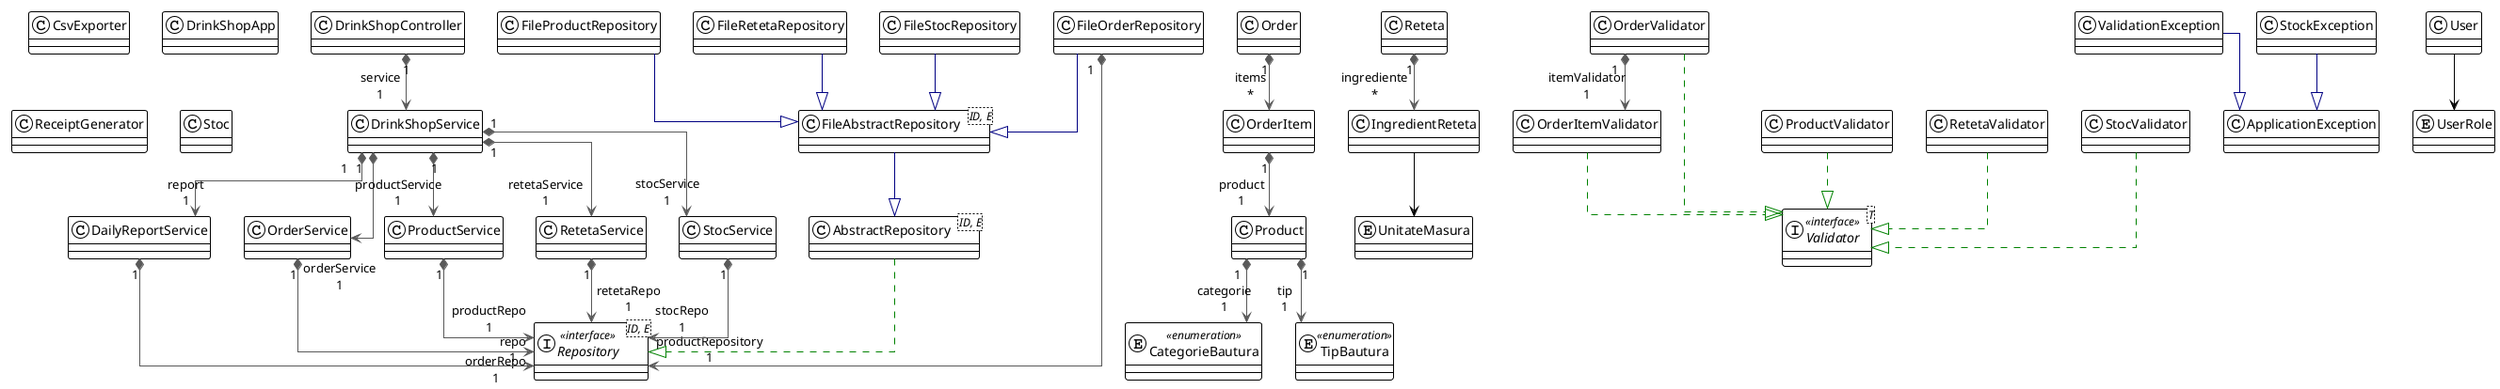
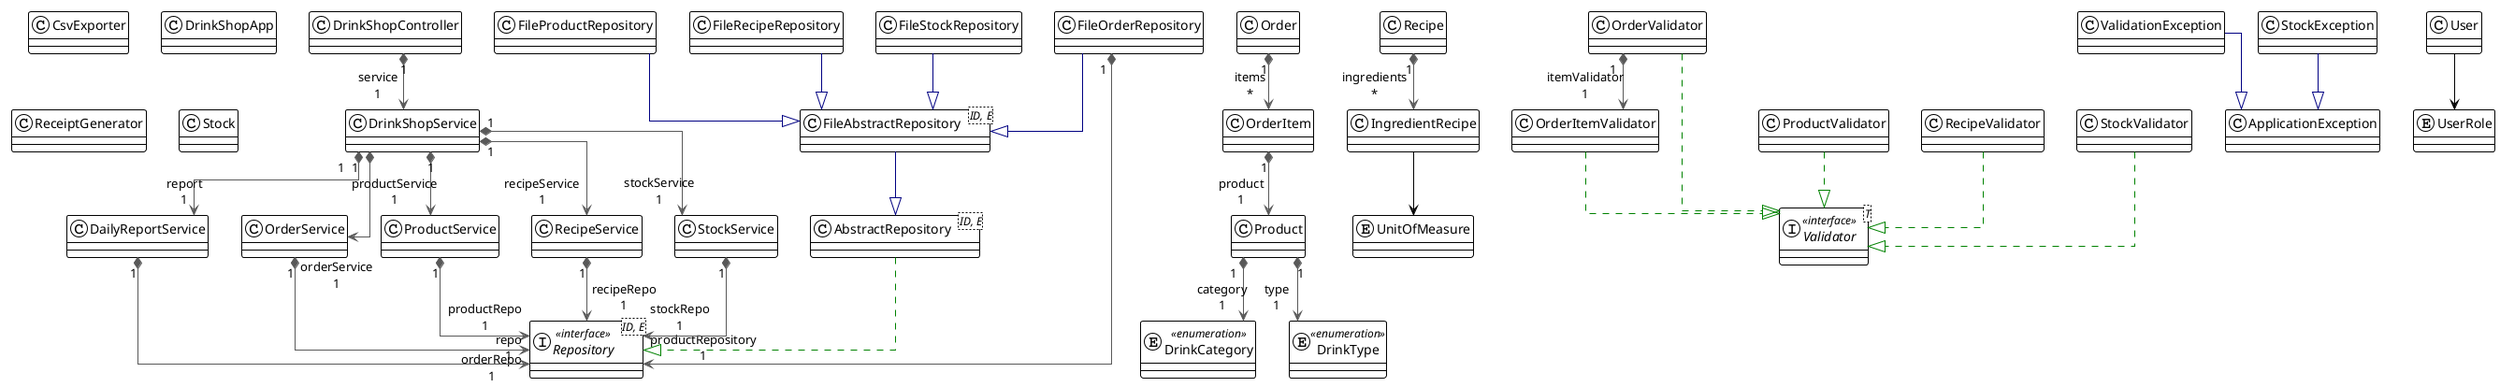
@startuml

!theme plain
top to bottom direction
skinparam linetype ortho

class AbstractRepository<ID, E>
- enum CategorieBautura << enumeration >>
+ enum DrinkCategory << enumeration >>
class CsvExporter
class DailyReportService
class DrinkShopApp
class DrinkShopController
class DrinkShopService
class FileAbstractRepository<ID, E>
class FileOrderRepository
class FileProductRepository
- class FileRetetaRepository
- class FileStocRepository
- class IngredientReteta
+ class FileRecipeRepository
+ class FileStockRepository
+ class IngredientRecipe
class Order
class OrderItem
class OrderItemValidator
class OrderService
class OrderValidator
class Product
class ProductService
class ProductValidator
class ReceiptGenerator
interface Repository<ID, E> << interface >>
- class Reteta
- class RetetaService
- class RetetaValidator
- class Stoc
- class StocService
- class StocValidator
- enum TipBautura << enumeration >>
+ class Recipe
+ class RecipeService
+ class RecipeValidator
+ class Stock
+ class StockService
+ class StockValidator
+ enum DrinkType << enumeration >>
class ValidationException
interface Validator<T> << interface >>

' CORECTIE A03
' adaugare gestionare utilizatori si roluri
class User
enum UserRole
User --> UserRole

' CORECTIE A05
' strategie de tratare a erorilor
class ApplicationException
class StockException
ValidationException -[#000082,plain]-^ ApplicationException
StockException -[#000082,plain]-^ ApplicationException

' Relatii Repository
AbstractRepository      -[#008200,dashed]-^  Repository
FileAbstractRepository  -[#000082,plain]-^  AbstractRepository
FileOrderRepository     -[#000082,plain]-^  FileAbstractRepository
FileProductRepository   -[#000082,plain]-^  FileAbstractRepository
- FileRetetaRepository    -[#000082,plain]-^  FileAbstractRepository
- FileStocRepository      -[#000082,plain]-^  FileAbstractRepository
+ FileRecipeRepository    -[#000082,plain]-^  FileAbstractRepository
+ FileStockRepository      -[#000082,plain]-^  FileAbstractRepository

FileOrderRepository "1" *-[#595959,plain]-> "productRepository\n1" Repository

' CORECTIE A04
' responsabilitatile sunt distribuite intre servicii specializate
DrinkShopService       "1" *-[#595959,plain]-> "report\n1" DailyReportService
DrinkShopService       "1" *-[#595959,plain]-> "orderService\n1" OrderService
DrinkShopService       "1" *-[#595959,plain]-> "productService\n1" ProductService
- DrinkShopService       "1" *-[#595959,plain]-> "retetaService\n1" RetetaService
- DrinkShopService       "1" *-[#595959,plain]-> "stocService\n1" StocService
+ DrinkShopService       "1" *-[#595959,plain]-> "recipeService\n1" RecipeService
+ DrinkShopService       "1" *-[#595959,plain]-> "stockService\n1" StockService

' CORECTIE A08
' controller delega logica catre service
DrinkShopController    "1" *-[#595959,plain]-> "service\n1" DrinkShopService

' Relatii Service - Repository
OrderService           "1" *-[#595959,plain]-> "orderRepo\n1" Repository
ProductService         "1" *-[#595959,plain]-> "productRepo\n1" Repository
- RetetaService          "1" *-[#595959,plain]-> "retetaRepo\n1" Repository
- StocService            "1" *-[#595959,plain]-> "stocRepo\n1" Repository
+ RecipeService          "1" *-[#595959,plain]-> "recipeRepo\n1" Repository
+ StockService            "1" *-[#595959,plain]-> "stockRepo\n1" Repository

DailyReportService     "1" *-[#595959,plain]-> "repo\n1" Repository

' CORECTIE A09
' relatii cu roluri si multiplicitati clare
Order                  "1" *-[#595959,plain]-> "items\n*" OrderItem
OrderItem              "1" *-[#595959,plain]-> "product\n1" Product

- Product                "1" *-[#595959,plain]-> "categorie\n1" CategorieBautura
- Product                "1" *-[#595959,plain]-> "tip\n1" TipBautura
+ Product                "1" *-[#595959,plain]-> "category\n1" DrinkCategory
+ Product                "1" *-[#595959,plain]-> "type\n1" DrinkType

' CORECTIE A10
' unitate de masura pentru ingrediente
- enum UnitateMasura
- Reteta                 "1" *-[#595959,plain]-> "ingrediente\n*" IngredientReteta
- IngredientReteta --> UnitateMasura
+ enum UnitOfMeasure
+ Recipe                 "1" *-[#595959,plain]-> "ingredients\n*" IngredientRecipe
+ IngredientRecipe --> UnitOfMeasure

' Validatori
OrderItemValidator      -[#008200,dashed]-^  Validator
OrderValidator          -[#008200,dashed]-^  Validator
OrderValidator         "1" *-[#595959,plain]-> "itemValidator\n1" OrderItemValidator
ProductValidator        -[#008200,dashed]-^  Validator
- RetetaValidator         -[#008200,dashed]-^  Validator
- StocValidator           -[#008200,dashed]-^  Validator
+ RecipeValidator         -[#008200,dashed]-^  Validator
+ StockValidator           -[#008200,dashed]-^  Validator

@enduml
